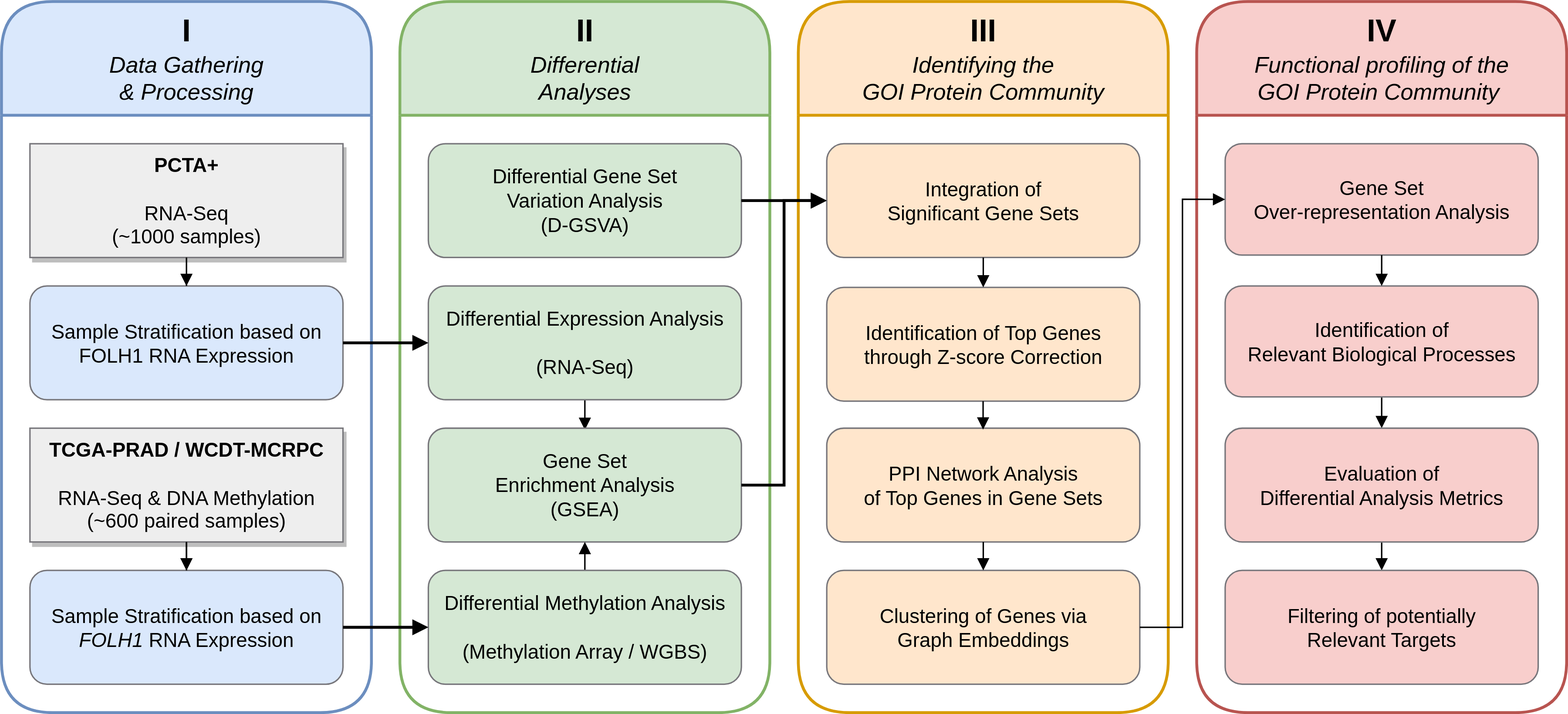
Earlier version of the draw.io export docs/1_workflow.svg (CarlosUziel/goi-strat). Source tidied: cells renumbered, new cells last; positions are measured from the earlier drawing's top-left corner, leaving out a move shared by most shapes. The source it was exported from:
```xml
<mxGraphModel>
  <root>
    <mxCell id="0" />
    <mxCell id="1" parent="0" />
    <mxCell id="2" style="edgeStyle=orthogonalEdgeStyle;rounded=0;orthogonalLoop=1;jettySize=auto;html=1;" parent="1" edge="1">
      <mxGeometry relative="1" as="geometry">
        <mxPoint x="385.4" y="181.4" as="sourcePoint" />
      </mxGeometry>
    </mxCell>
    <mxCell id="3" value="&lt;div style=&quot;font-size: 22px;&quot;&gt;&lt;font style=&quot;font-size: 22px;&quot;&gt;I&lt;/font&gt;&lt;/div&gt;&lt;div style=&quot;font-size: 1px;&quot;&gt;&lt;br&gt;&lt;/div&gt;&lt;div style=&quot;font-size: 16px;&quot;&gt;&lt;i&gt;&lt;span style=&quot;font-weight: normal;&quot;&gt;Data Gathering&lt;/span&gt;&lt;/i&gt;&lt;/div&gt;&lt;div style=&quot;font-size: 16px;&quot;&gt;&lt;i&gt;&lt;span style=&quot;font-weight: normal;&quot;&gt;&amp;amp; Processing&lt;/span&gt;&lt;/i&gt;&lt;br&gt;&lt;/div&gt;" style="swimlane;whiteSpace=wrap;html=1;startSize=80;rounded=1;fillStyle=solid;strokeWidth=2;fillColor=#dae8fc;strokeColor=#6c8ebf;" parent="1" vertex="1">
      <mxGeometry width="260" height="500" as="geometry" />
    </mxCell>
    <mxCell id="4" value="&lt;div style=&quot;font-size: 14px;&quot;&gt;&lt;b style=&quot;font-size: 14px;&quot;&gt;PCTA+&lt;/b&gt;&lt;/div&gt;&lt;div style=&quot;font-size: 14px;&quot;&gt;&lt;b style=&quot;font-size: 14px;&quot;&gt;&lt;br style=&quot;font-size: 14px;&quot;&gt;&lt;/b&gt;&lt;/div&gt;&lt;div style=&quot;font-size: 14px;&quot;&gt;RNA-Seq&lt;/div&gt;&lt;div style=&quot;font-size: 14px;&quot;&gt;(~1000 samples)&lt;br style=&quot;font-size: 14px;&quot;&gt;&lt;/div&gt;" style="rounded=0;whiteSpace=wrap;html=1;strokeWidth=1;fillColor=#EEEEEE;strokeColor=#77767b;shadow=1;fontStyle=0;fontSize=14;" parent="3" vertex="1">
      <mxGeometry x="20" y="100" width="220" height="80" as="geometry" />
    </mxCell>
    <mxCell id="5" value="&lt;div style=&quot;font-size: 14px;&quot;&gt;Sample Stratification based on FOLH1 RNA Expression&lt;br style=&quot;font-size: 14px;&quot;&gt;&lt;/div&gt;" style="rounded=1;whiteSpace=wrap;html=1;fillColor=#dae8fc;strokeColor=#77767b;fontStyle=0;fontSize=14;" parent="3" vertex="1">
      <mxGeometry x="20" y="200" width="220" height="80" as="geometry" />
    </mxCell>
    <mxCell id="6" style="edgeStyle=orthogonalEdgeStyle;rounded=0;jettySize=auto;html=1;strokeWidth=1;endArrow=block;endFill=1;" parent="3" edge="1" source="4" target="5">
      <mxGeometry relative="1" as="geometry" />
    </mxCell>
    <mxCell id="7" style="edgeStyle=orthogonalEdgeStyle;html=1;strokeWidth=1;endArrow=block;endFill=1;" parent="3" edge="1" source="8" target="9">
      <mxGeometry relative="1" as="geometry" />
    </mxCell>
    <mxCell id="8" value="&lt;div style=&quot;font-size: 14px;&quot;&gt;&lt;b style=&quot;font-size: 14px;&quot;&gt;TCGA-PRAD / WCDT-MCRPC&lt;/b&gt;&lt;/div&gt;&lt;div style=&quot;font-size: 14px;&quot;&gt;&lt;b style=&quot;font-size: 14px;&quot;&gt;&lt;br style=&quot;font-size: 14px;&quot;&gt;&lt;/b&gt;&lt;/div&gt;&lt;div style=&quot;font-size: 14px;&quot;&gt;RNA-Seq &amp;amp; DNA Methylation&lt;/div&gt;&lt;div style=&quot;font-size: 14px;&quot;&gt;(~600 paired samples)&lt;br style=&quot;font-size: 14px;&quot;&gt;&lt;/div&gt;" style="rounded=0;whiteSpace=wrap;html=1;strokeWidth=1;fillColor=#eeeeee;strokeColor=#77767b;shadow=1;fontStyle=0;fontSize=14;" parent="3" vertex="1">
      <mxGeometry x="20" y="300" width="220" height="80" as="geometry" />
    </mxCell>
    <mxCell id="9" value="&lt;div style=&quot;font-size: 14px;&quot;&gt;Sample Stratification based on &lt;i&gt;FOLH1&lt;/i&gt; RNA Expression&lt;br style=&quot;font-size: 14px;&quot;&gt;&lt;/div&gt;" style="rounded=1;whiteSpace=wrap;html=1;fillColor=#dae8fc;strokeColor=#77767b;fontStyle=0;fontSize=14;" parent="3" vertex="1">
      <mxGeometry x="20" y="400" width="220" height="80" as="geometry" />
    </mxCell>
    <mxCell id="10" style="edgeStyle=orthogonalEdgeStyle;rounded=0;jettySize=auto;html=1;strokeWidth=1;endArrow=block;endFill=1;" parent="3" edge="1" source="8" target="9">
      <mxGeometry relative="1" as="geometry" />
    </mxCell>
    <mxCell id="11" value="&lt;div style=&quot;font-size: 22px;&quot;&gt;&lt;font style=&quot;font-size: 22px;&quot;&gt;II&lt;/font&gt;&lt;/div&gt;&lt;div style=&quot;font-size: 1px;&quot;&gt;&lt;font style=&quot;font-size: 1px;&quot;&gt;&lt;br&gt;&lt;/font&gt;&lt;/div&gt;&lt;div style=&quot;font-size: 16px;&quot;&gt;&lt;i style=&quot;font-weight: normal;&quot;&gt;Differential&lt;/i&gt;&lt;/div&gt;&lt;div style=&quot;font-size: 16px;&quot;&gt;&lt;i style=&quot;font-weight: normal;&quot;&gt;Analyses&lt;/i&gt;&lt;/div&gt;" style="swimlane;whiteSpace=wrap;html=1;startSize=80;rounded=1;strokeWidth=2;fillColor=#d5e8d4;strokeColor=#82b366;align=center;" parent="1" vertex="1">
      <mxGeometry x="280" width="260" height="500" as="geometry" />
    </mxCell>
    <mxCell id="12" value="&lt;div style=&quot;font-size: 14px;&quot;&gt;&lt;span style=&quot;font-size: 14px;&quot;&gt;Differential Gene Set&lt;/span&gt;&lt;/div&gt;&lt;div style=&quot;font-size: 14px;&quot;&gt;&lt;span style=&quot;font-size: 14px;&quot;&gt;Variation Analysis&lt;/span&gt;&lt;/div&gt;&lt;div style=&quot;font-size: 14px;&quot;&gt;&lt;span style=&quot;font-size: 14px;&quot;&gt;(D-GSVA)&lt;/span&gt;&lt;/div&gt;" style="rounded=1;whiteSpace=wrap;html=1;fillColor=#d5e8d4;strokeColor=#77767b;fontStyle=0;fontSize=14;" parent="11" vertex="1">
      <mxGeometry x="20" y="100" width="220" height="80" as="geometry" />
    </mxCell>
    <mxCell id="13" style="edgeStyle=orthogonalEdgeStyle;html=1;strokeWidth=1;endArrow=block;endFill=1;entryX=0.5;entryY=0.015;entryDx=0;entryDy=0;entryPerimeter=0;" parent="11" edge="1" source="14" target="15">
      <mxGeometry relative="1" as="geometry" />
    </mxCell>
    <mxCell id="14" value="&lt;div style=&quot;font-size: 14px;&quot;&gt;Differential Expression Analysis &lt;br style=&quot;font-size: 14px;&quot;&gt;&lt;/div&gt;&lt;div style=&quot;font-size: 14px;&quot;&gt;&lt;br style=&quot;font-size: 14px;&quot;&gt;&lt;/div&gt;&lt;div style=&quot;font-size: 14px;&quot;&gt;(RNA-Seq)&lt;/div&gt;" style="rounded=1;whiteSpace=wrap;html=1;fillColor=#d5e8d4;strokeColor=#77767b;fontStyle=0;fontSize=14;" parent="11" vertex="1">
      <mxGeometry x="20" y="200" width="220" height="80" as="geometry" />
    </mxCell>
    <mxCell id="15" value="&lt;div style=&quot;font-size: 14px;&quot;&gt;&lt;font style=&quot;font-size: 14px;&quot;&gt;&lt;span style=&quot;font-size: 14px;&quot;&gt;Gene Set&lt;/span&gt;&lt;/font&gt;&lt;/div&gt;&lt;div style=&quot;font-size: 14px;&quot;&gt;&lt;font style=&quot;font-size: 14px;&quot;&gt;&lt;span style=&quot;font-size: 14px;&quot;&gt;Enrichment Analysis&lt;/span&gt;&lt;/font&gt;&lt;/div&gt;&lt;div style=&quot;font-size: 14px;&quot;&gt;&lt;font style=&quot;font-size: 14px;&quot;&gt;&lt;span style=&quot;font-size: 14px;&quot;&gt;(GSEA)&lt;/span&gt;&lt;/font&gt;&lt;/div&gt;" style="rounded=1;whiteSpace=wrap;html=1;fillColor=#d5e8d4;strokeColor=#77767b;fontStyle=0;fontSize=14;" parent="11" vertex="1">
      <mxGeometry x="20" y="300" width="220" height="80" as="geometry" />
    </mxCell>
    <mxCell id="16" style="edgeStyle=none;html=1;strokeWidth=1;endArrow=block;endFill=1;" parent="11" edge="1" source="17" target="15">
      <mxGeometry relative="1" as="geometry" />
    </mxCell>
    <mxCell id="17" value="&lt;div style=&quot;font-size: 14px;&quot;&gt;Differential Methylation Analysis&lt;/div&gt;&lt;div style=&quot;font-size: 14px;&quot;&gt;&lt;br style=&quot;font-size: 14px;&quot;&gt;&lt;/div&gt;&lt;div style=&quot;font-size: 14px;&quot;&gt;(Methylation Array / WGBS)&lt;br style=&quot;font-size: 14px;&quot;&gt;&lt;/div&gt;" style="rounded=1;whiteSpace=wrap;html=1;fillColor=#d5e8d4;strokeColor=#77767b;fontStyle=0;fontSize=14;" parent="11" vertex="1">
      <mxGeometry x="20" y="400" width="220" height="80" as="geometry" />
    </mxCell>
    <mxCell id="18" value="&lt;div style=&quot;font-size: 14px;&quot;&gt;&lt;font style=&quot;font-size: 22px;&quot;&gt;III&lt;/font&gt;&lt;/div&gt;&lt;div style=&quot;font-size: 1px;&quot;&gt;&lt;font style=&quot;font-size: 1px;&quot;&gt;&lt;br&gt;&lt;/font&gt;&lt;/div&gt;&lt;div style=&quot;font-size: 16px;&quot;&gt;&lt;i&gt;&lt;span style=&quot;font-weight: normal;&quot;&gt;Identifying the&lt;/span&gt;&lt;/i&gt;&lt;/div&gt;&lt;div style=&quot;font-size: 16px;&quot;&gt;&lt;i&gt;&lt;span style=&quot;font-weight: normal;&quot;&gt;GOI&amp;nbsp;&lt;/span&gt;&lt;/i&gt;&lt;i style=&quot;background-color: initial;&quot;&gt;&lt;span style=&quot;font-weight: normal;&quot;&gt;Protein Community&lt;/span&gt;&lt;/i&gt;&lt;/div&gt;" style="swimlane;whiteSpace=wrap;html=1;startSize=80;rounded=1;strokeWidth=2;fillColor=#ffe6cc;strokeColor=#d79b00;" parent="1" vertex="1">
      <mxGeometry x="560" width="260" height="500" as="geometry" />
    </mxCell>
    <mxCell id="19" value="&lt;div style=&quot;font-size: 14px;&quot;&gt;&lt;span style=&quot;font-size: 14px;&quot;&gt;Integration of&lt;/span&gt;&lt;/div&gt;&lt;div style=&quot;font-size: 14px;&quot;&gt;&lt;span style=&quot;font-size: 14px;&quot;&gt;Significant Gene Sets&lt;/span&gt;&lt;/div&gt;" style="rounded=1;whiteSpace=wrap;html=1;fillColor=#ffe6cc;strokeColor=#77767b;fontStyle=0;fontSize=14;" parent="18" vertex="1">
      <mxGeometry x="20" y="100" width="220" height="80" as="geometry" />
    </mxCell>
    <mxCell id="20" value="Identification of Top Genes&lt;br&gt;through Z-score Correction" style="rounded=1;whiteSpace=wrap;html=1;fillColor=#ffe6cc;strokeColor=#77767b;fontStyle=0;fontSize=14;" parent="18" vertex="1">
      <mxGeometry x="20" y="201" width="220" height="80" as="geometry" />
    </mxCell>
    <mxCell id="21" style="edgeStyle=orthogonalEdgeStyle;rounded=0;jettySize=auto;html=1;endArrow=block;endFill=1;" parent="18" edge="1" source="19" target="20">
      <mxGeometry relative="1" as="geometry" />
    </mxCell>
    <mxCell id="22" value="&lt;div style=&quot;font-size: 14px;&quot;&gt;&lt;span style=&quot;font-size: 14px;&quot;&gt;PPI Network Analysis&lt;/span&gt;&lt;/div&gt;&lt;div style=&quot;font-size: 14px;&quot;&gt;&lt;span style=&quot;font-size: 14px;&quot;&gt;of Top Genes in Gene Sets&lt;br style=&quot;font-size: 14px;&quot;&gt;&lt;/span&gt;&lt;/div&gt;" style="rounded=1;whiteSpace=wrap;html=1;fillColor=#ffe6cc;strokeColor=#77767b;fontStyle=0;fontSize=14;" parent="18" vertex="1">
      <mxGeometry x="20" y="300" width="220" height="80" as="geometry" />
    </mxCell>
    <mxCell id="23" value="&lt;div style=&quot;font-size: 14px;&quot;&gt;&lt;span style=&quot;font-size: 14px;&quot;&gt;Clustering of Genes via&lt;/span&gt;&lt;/div&gt;&lt;div style=&quot;font-size: 14px;&quot;&gt;&lt;span style=&quot;font-size: 14px;&quot;&gt;Graph Embeddings&lt;/span&gt;&lt;/div&gt;" style="rounded=1;whiteSpace=wrap;html=1;fillColor=#ffe6cc;strokeColor=#77767b;fontStyle=0;fontSize=14;" parent="18" vertex="1">
      <mxGeometry x="20" y="400" width="220" height="80" as="geometry" />
    </mxCell>
    <mxCell id="24" style="edgeStyle=orthogonalEdgeStyle;rounded=0;orthogonalLoop=1;jettySize=auto;html=1;endArrow=block;endFill=1;" parent="18" edge="1">
      <mxGeometry relative="1" as="geometry">
        <mxPoint x="129.9" y="281" as="sourcePoint" />
        <mxPoint x="129.9" y="301" as="targetPoint" />
      </mxGeometry>
    </mxCell>
    <mxCell id="25" value="&lt;div&gt;&lt;font style=&quot;font-size: 22px;&quot;&gt;IV&lt;/font&gt;&lt;/div&gt;&lt;div style=&quot;font-size: 1px;&quot;&gt;&lt;br&gt;&lt;/div&gt;&lt;div style=&quot;font-size: 16px;&quot;&gt;&lt;i style=&quot;background-color: initial;&quot;&gt;&lt;span style=&quot;font-weight: normal;&quot;&gt;Functional profiling of the&lt;/span&gt;&lt;/i&gt;&lt;/div&gt;&lt;div style=&quot;font-size: 16px;&quot;&gt;&lt;i style=&quot;background-color: initial;&quot;&gt;&lt;span style=&quot;font-weight: normal;&quot;&gt;GOI Protein Community&amp;nbsp;&lt;/span&gt;&lt;/i&gt;&lt;br&gt;&lt;/div&gt;" style="swimlane;whiteSpace=wrap;html=1;startSize=80;rounded=1;strokeWidth=2;fillColor=#f8cecc;strokeColor=#b85450;perimeterSpacing=0;" parent="1" vertex="1">
      <mxGeometry x="840" width="260" height="500" as="geometry" />
    </mxCell>
    <mxCell id="26" style="edgeStyle=none;html=1;endArrow=block;endFill=1;" parent="25" edge="1" source="27" target="29">
      <mxGeometry relative="1" as="geometry" />
    </mxCell>
    <mxCell id="27" value="Identification of&lt;br&gt;Relevant Biological Processes" style="rounded=1;whiteSpace=wrap;html=1;fillColor=#f8cecc;strokeColor=#77767b;fontStyle=0;fontSize=14;" parent="25" vertex="1">
      <mxGeometry x="20" y="200" width="220" height="78" as="geometry" />
    </mxCell>
    <mxCell id="28" style="edgeStyle=none;html=1;endArrow=block;endFill=1;" parent="25" edge="1" source="29" target="32">
      <mxGeometry relative="1" as="geometry" />
    </mxCell>
    <mxCell id="29" value="Evaluation of&lt;br&gt;Differential Analysis Metrics" style="rounded=1;whiteSpace=wrap;html=1;fillColor=#f8cecc;strokeColor=#77767b;fontStyle=0;fontSize=14;" parent="25" vertex="1">
      <mxGeometry x="20" y="300" width="220" height="80" as="geometry" />
    </mxCell>
    <mxCell id="30" value="Gene Set&lt;br&gt;Over-representation Analysis" style="rounded=1;whiteSpace=wrap;html=1;fillColor=#f8cecc;strokeColor=#77767b;fontStyle=0;fontSize=14;" parent="25" vertex="1">
      <mxGeometry x="20" y="100" width="220" height="78.3" as="geometry" />
    </mxCell>
    <mxCell id="31" style="edgeStyle=orthogonalEdgeStyle;rounded=0;jettySize=auto;html=1;endArrow=block;endFill=1;" parent="25" edge="1" source="30" target="27">
      <mxGeometry relative="1" as="geometry" />
    </mxCell>
    <mxCell id="32" value="Filtering of potentially&lt;br style=&quot;border-color: var(--border-color);&quot;&gt;Relevant Targets" style="rounded=1;whiteSpace=wrap;html=1;fillColor=#f8cecc;strokeColor=#77767b;fontStyle=0;fontSize=14;" parent="25" vertex="1">
      <mxGeometry x="20" y="400" width="220" height="80" as="geometry" />
    </mxCell>
    <mxCell id="33" style="edgeStyle=orthogonalEdgeStyle;rounded=0;jettySize=auto;html=1;strokeWidth=2;endArrow=block;endFill=1;" parent="1" edge="1" source="5" target="14">
      <mxGeometry relative="1" as="geometry" />
    </mxCell>
    <mxCell id="34" style="edgeStyle=orthogonalEdgeStyle;rounded=0;jettySize=auto;html=1;strokeWidth=2;endArrow=block;endFill=1;" parent="1" edge="1" source="9" target="17">
      <mxGeometry relative="1" as="geometry" />
    </mxCell>
    <mxCell id="35" style="edgeStyle=orthogonalEdgeStyle;rounded=0;jettySize=auto;html=1;strokeWidth=2;endArrow=block;endFill=1;" parent="1" edge="1" source="12" target="19">
      <mxGeometry relative="1" as="geometry" />
    </mxCell>
    <mxCell id="36" style="edgeStyle=orthogonalEdgeStyle;html=1;entryX=0;entryY=0.5;entryDx=0;entryDy=0;exitX=1;exitY=0.5;exitDx=0;exitDy=0;endArrow=block;endFill=1;rounded=0;strokeWidth=2;" parent="1" edge="1" source="15" target="19">
      <mxGeometry relative="1" as="geometry" />
    </mxCell>
    <mxCell id="37" style="edgeStyle=none;html=1;entryX=0;entryY=0.5;entryDx=0;entryDy=0;exitX=1;exitY=0.5;exitDx=0;exitDy=0;rounded=0;endArrow=block;endFill=1;" parent="1" edge="1" source="23" target="30">
      <mxGeometry relative="1" as="geometry">
        <Array as="points">
          <mxPoint x="830" y="440" />
          <mxPoint x="830" y="139" />
        </Array>
      </mxGeometry>
    </mxCell>
    <mxCell id="38" style="edgeStyle=orthogonalEdgeStyle;rounded=0;orthogonalLoop=1;jettySize=auto;html=1;endArrow=block;endFill=1;" parent="1" edge="1">
      <mxGeometry relative="1" as="geometry">
        <mxPoint x="690" y="380" as="sourcePoint" />
        <mxPoint x="690" y="400" as="targetPoint" />
      </mxGeometry>
    </mxCell>
  </root>
</mxGraphModel>
```
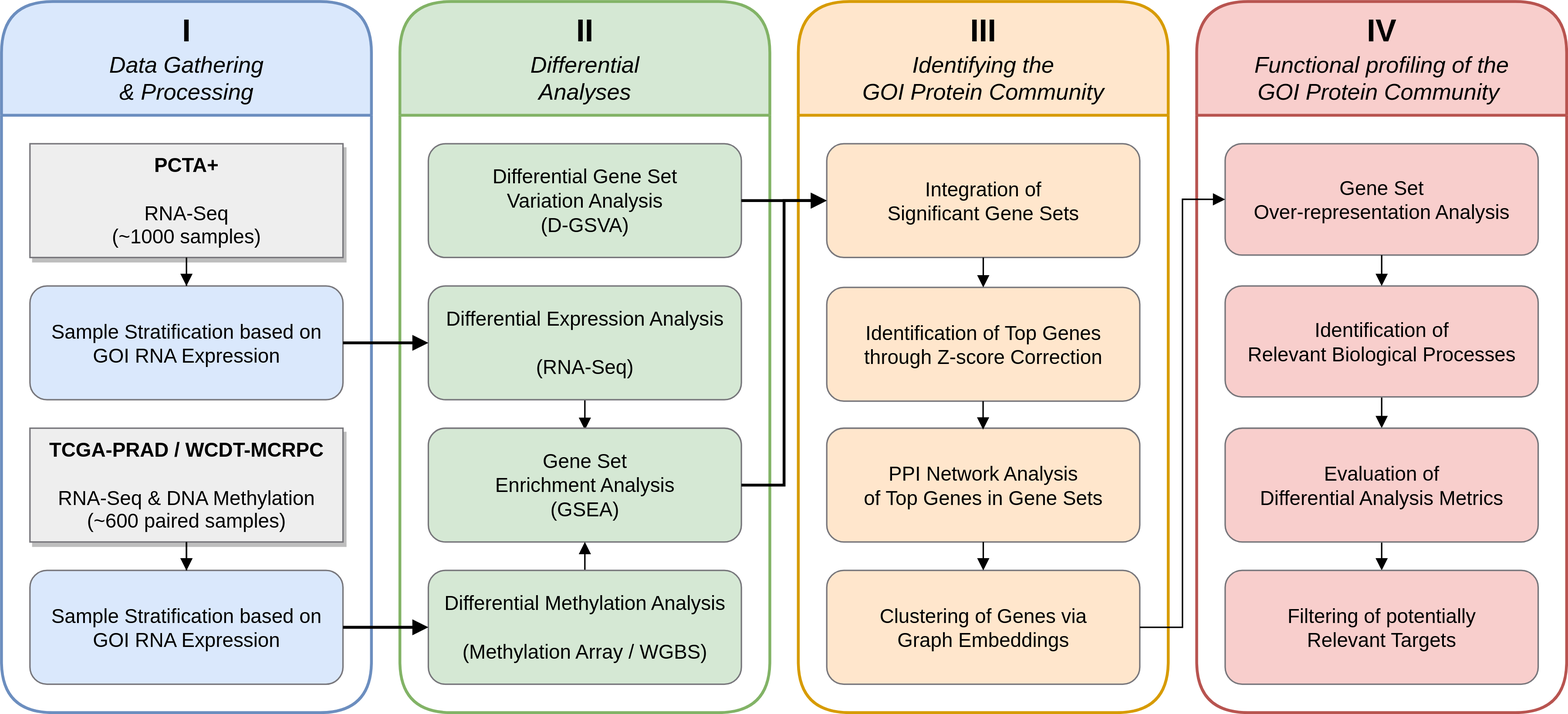
Above is the later version.

Commit message:
Replace FOLH1 with GOI.

What changed in the source:
```diff
@@ -13,7 +13,7 @@
     <mxCell id="4" value="&lt;div style=&quot;font-size: 14px;&quot;&gt;&lt;b style=&quot;font-size: 14px;&quot;&gt;PCTA+&lt;/b&gt;&lt;/div&gt;&lt;div style=&quot;font-size: 14px;&quot;&gt;&lt;b style=&quot;font-size: 14px;&quot;&gt;&lt;br style=&quot;font-size: 14px;&quot;&gt;&lt;/b&gt;&lt;/div&gt;&lt;div style=&quot;font-size: 14px;&quot;&gt;RNA-Seq&lt;/div&gt;&lt;div style=&quot;font-size: 14px;&quot;&gt;(~1000 samples)&lt;br style=&quot;font-size: 14px;&quot;&gt;&lt;/div&gt;" style="rounded=0;whiteSpace=wrap;html=1;strokeWidth=1;fillColor=#EEEEEE;strokeColor=#77767b;shadow=1;fontStyle=0;fontSize=14;" parent="3" vertex="1">
       <mxGeometry x="20" y="100" width="220" height="80" as="geometry" />
     </mxCell>
-    <mxCell id="5" value="&lt;div style=&quot;font-size: 14px;&quot;&gt;Sample Stratification based on FOLH1 RNA Expression&lt;br style=&quot;font-size: 14px;&quot;&gt;&lt;/div&gt;" style="rounded=1;whiteSpace=wrap;html=1;fillColor=#dae8fc;strokeColor=#77767b;fontStyle=0;fontSize=14;" parent="3" vertex="1">
+    <mxCell id="5" value="&lt;div style=&quot;font-size: 14px;&quot;&gt;Sample Stratification based on GOI&amp;nbsp;RNA Expression&lt;br style=&quot;font-size: 14px;&quot;&gt;&lt;/div&gt;" style="rounded=1;whiteSpace=wrap;html=1;fillColor=#dae8fc;strokeColor=#77767b;fontStyle=0;fontSize=14;" parent="3" vertex="1">
       <mxGeometry x="20" y="200" width="220" height="80" as="geometry" />
     </mxCell>
     <mxCell id="6" style="edgeStyle=orthogonalEdgeStyle;rounded=0;jettySize=auto;html=1;strokeWidth=1;endArrow=block;endFill=1;" parent="3" edge="1" source="4" target="5">
@@ -25,7 +25,7 @@
     <mxCell id="8" value="&lt;div style=&quot;font-size: 14px;&quot;&gt;&lt;b style=&quot;font-size: 14px;&quot;&gt;TCGA-PRAD / WCDT-MCRPC&lt;/b&gt;&lt;/div&gt;&lt;div style=&quot;font-size: 14px;&quot;&gt;&lt;b style=&quot;font-size: 14px;&quot;&gt;&lt;br style=&quot;font-size: 14px;&quot;&gt;&lt;/b&gt;&lt;/div&gt;&lt;div style=&quot;font-size: 14px;&quot;&gt;RNA-Seq &amp;amp; DNA Methylation&lt;/div&gt;&lt;div style=&quot;font-size: 14px;&quot;&gt;(~600 paired samples)&lt;br style=&quot;font-size: 14px;&quot;&gt;&lt;/div&gt;" style="rounded=0;whiteSpace=wrap;html=1;strokeWidth=1;fillColor=#eeeeee;strokeColor=#77767b;shadow=1;fontStyle=0;fontSize=14;" parent="3" vertex="1">
       <mxGeometry x="20" y="300" width="220" height="80" as="geometry" />
     </mxCell>
-    <mxCell id="9" value="&lt;div style=&quot;font-size: 14px;&quot;&gt;Sample Stratification based on &lt;i&gt;FOLH1&lt;/i&gt; RNA Expression&lt;br style=&quot;font-size: 14px;&quot;&gt;&lt;/div&gt;" style="rounded=1;whiteSpace=wrap;html=1;fillColor=#dae8fc;strokeColor=#77767b;fontStyle=0;fontSize=14;" parent="3" vertex="1">
+    <mxCell id="9" value="&lt;div style=&quot;font-size: 14px;&quot;&gt;Sample Stratification based on GOI&amp;nbsp;RNA Expression&lt;br style=&quot;font-size: 14px;&quot;&gt;&lt;/div&gt;" style="rounded=1;whiteSpace=wrap;html=1;fillColor=#dae8fc;strokeColor=#77767b;fontStyle=0;fontSize=14;" parent="3" vertex="1">
       <mxGeometry x="20" y="400" width="220" height="80" as="geometry" />
     </mxCell>
     <mxCell id="10" style="edgeStyle=orthogonalEdgeStyle;rounded=0;jettySize=auto;html=1;strokeWidth=1;endArrow=block;endFill=1;" parent="3" edge="1" source="8" target="9">
```
